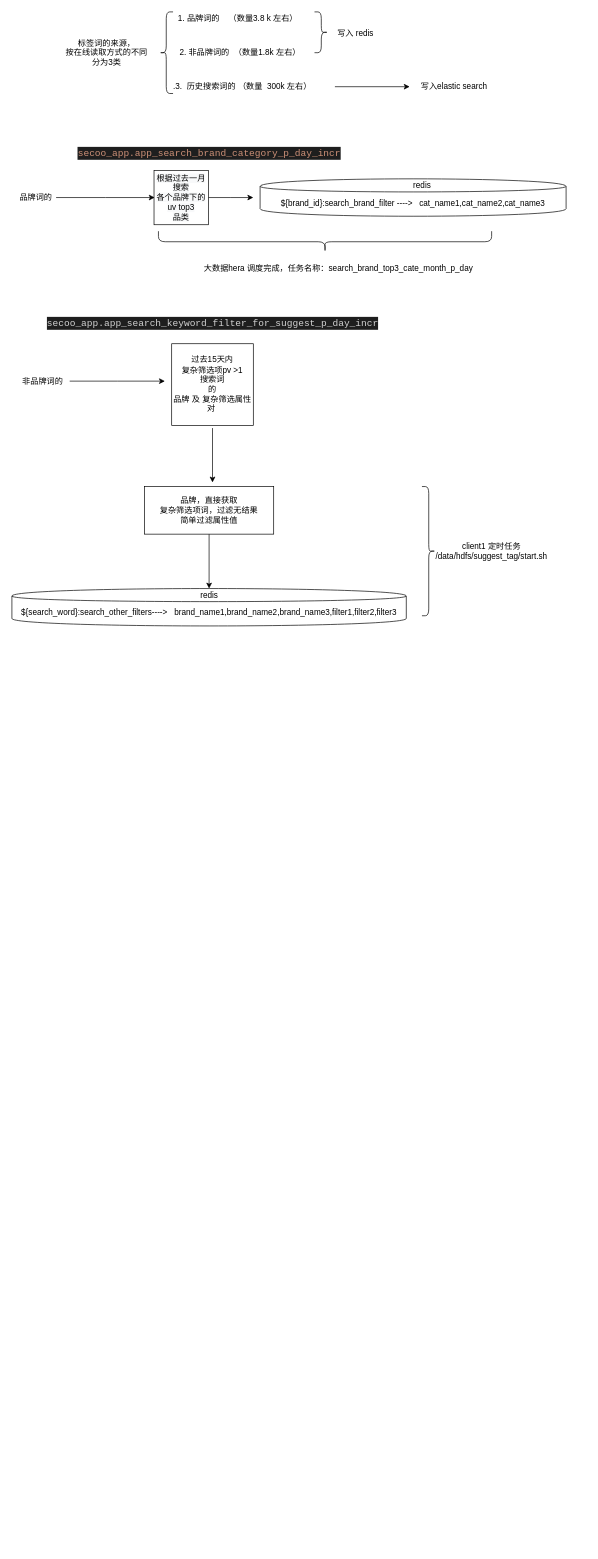
davids-dot/DrawIo keeps this draw.io diagram as XML/标签数据.drawio. Above is the earlier version. Source tidied: cells renumbered, new cells numbered last; positions are measured from the earlier drawing's top-left corner, leaving out a move shared by most shapes. Both pictures are drawn from the tidied source at 68%, with x=0, y=0 at pixel (12, 12).
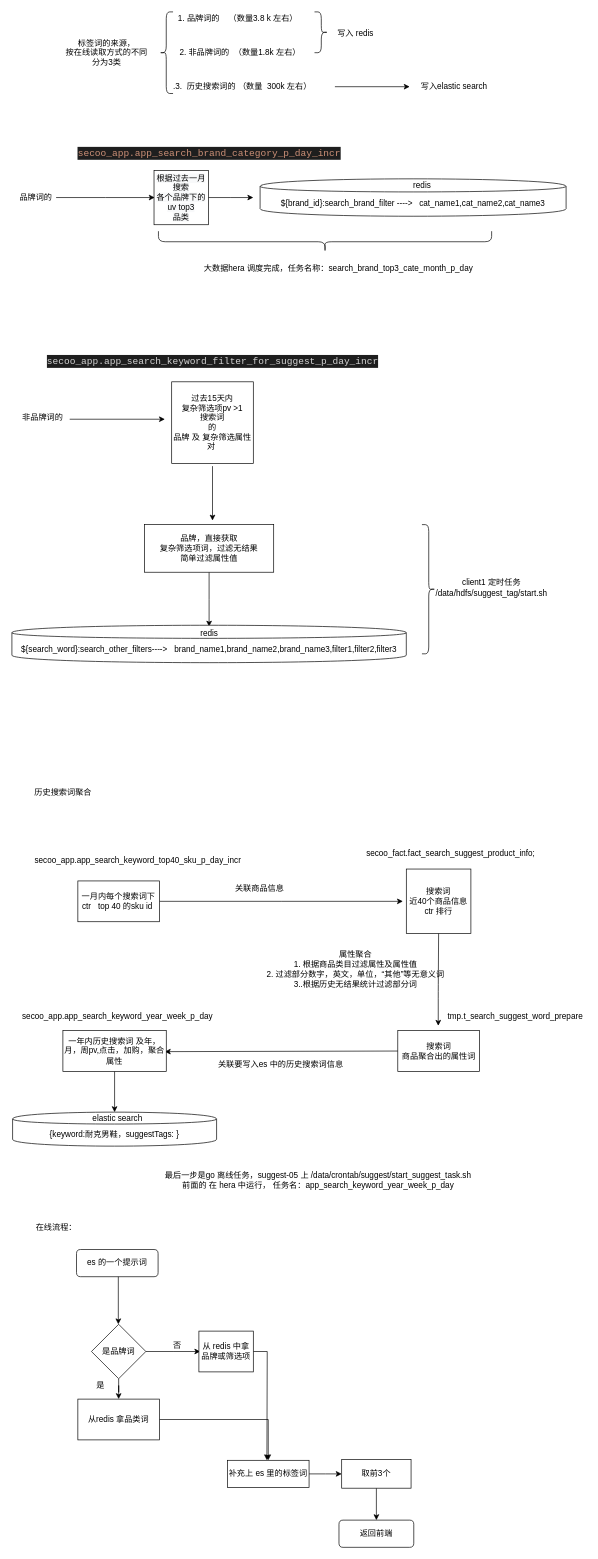
The same diagram, later.

What changed in the source:
```diff
@@
-    <mxCell id="19" style="edgeStyle=orthogonalEdgeStyle;rounded=0;jettySize=auto;html=1;" parent="1" edge="1" source="20">
+    <mxCell id="19" style="edgeStyle=orthogonalEdgeStyle;rounded=0;orthogonalLoop=1;jettySize=auto;html=1;" parent="1" edge="1">
       <mxGeometry relative="1" as="geometry">
-        <mxPoint x="225" y="543" as="targetPoint" />
+        <mxPoint x="85" y="599" as="sourcePoint" />
+        <mxPoint x="225" y="599" as="targetPoint" />
       </mxGeometry>
     </mxCell>
     <mxCell id="20" value="非品牌词的" style="text;html=1;align=center;verticalAlign=middle;points=[];" parent="1" vertex="1">
-      <mxGeometry x="5" y="533" width="80" height="20" as="geometry" />
+      <mxGeometry x="5" y="587" width="80" height="20" as="geometry" />
     </mxCell>
@@
     <mxCell id="22" style="edgeStyle=orthogonalEdgeStyle;rounded=0;orthogonalLoop=1;jettySize=auto;html=1;" parent="1" edge="1">
       <mxGeometry relative="1" as="geometry">
-        <mxPoint x="295" y="612" as="sourcePoint" />
-        <mxPoint x="295" y="692" as="targetPoint" />
+        <mxPoint x="295" y="668" as="sourcePoint" />
+        <mxPoint x="295" y="748" as="targetPoint" />
         <Array as="points">
-          <mxPoint x="295" y="678" />
-          <mxPoint x="295" y="678" />
+          <mxPoint x="295" y="734" />
+          <mxPoint x="295" y="734" />
         </Array>
       </mxGeometry>
     </mxCell>
     <mxCell id="23" value="过去15天内&lt;br&gt;复杂筛选项pv &amp;gt;1&lt;br&gt;搜索词&lt;br&gt;的&lt;br&gt;品牌 及 复杂筛选属性对&amp;nbsp;" style="whiteSpace=wrap;html=1;" parent="1" vertex="1">
-      <mxGeometry x="235" y="488" width="120" height="120" as="geometry" />
+      <mxGeometry x="235" y="544" width="120" height="120" as="geometry" />
     </mxCell>
     <mxCell id="24" value="&lt;div style=&quot;color: rgb(212 , 212 , 212) ; background-color: rgb(30 , 30 , 30) ; font-family: &amp;#34;consolas&amp;#34; , &amp;#34;courier new&amp;#34; , monospace ; font-size: 14px ; line-height: 19px&quot;&gt;secoo_app.app_search_keyword_filter_for_suggest_p_day_incr&lt;/div&gt;" style="text;html=1;align=center;verticalAlign=middle;" parent="1" vertex="1">
-      <mxGeometry x="65" y="448" width="460" height="20" as="geometry" />
+      <mxGeometry x="65" y="504" width="460" height="20" as="geometry" />
     </mxCell>
-    <mxCell id="25" style="edgeStyle=orthogonalEdgeStyle;rounded=0;jettySize=auto;html=1;" parent="1" edge="1" source="26" target="27">
-      <mxGeometry relative="1" as="geometry" />
+    <mxCell id="25" style="edgeStyle=orthogonalEdgeStyle;rounded=0;jettySize=auto;html=1;" parent="1" edge="1" source="26">
+      <mxGeometry relative="1" as="geometry">
+        <mxPoint x="290" y="904" as="targetPoint" />
+      </mxGeometry>
     </mxCell>
     <mxCell id="26" value="&lt;span&gt;品牌，直接获取&lt;/span&gt;&lt;br&gt;&lt;span&gt;复杂筛选项词，过滤无结果&lt;/span&gt;&lt;br&gt;&lt;span&gt;简单过滤属性值&lt;/span&gt;" style="rounded=0;whiteSpace=wrap;html=1;" parent="1" vertex="1">
-      <mxGeometry x="195" y="698" width="190" height="70" as="geometry" />
+      <mxGeometry x="195" y="754" width="190" height="70" as="geometry" />
     </mxCell>
     <mxCell id="27" value="${search_word}:search_other_filters----&amp;gt;&amp;nbsp; &amp;nbsp;brand_name1,brand_name2,brand_name3,filter1,filter2,filter3" style="shape=cylinder;whiteSpace=wrap;html=1;boundedLbl=1;backgroundOutline=1;" parent="1" vertex="1">
-      <mxGeometry y="848" width="580" height="55" as="geometry" />
+      <mxGeometry y="902" width="580" height="55" as="geometry" />
     </mxCell>
     <mxCell id="28" value="redis" style="text;html=1;align=center;verticalAlign=middle;" parent="1" vertex="1">
-      <mxGeometry x="270" y="848" width="40" height="20" as="geometry" />
+      <mxGeometry x="270" y="904" width="40" height="20" as="geometry" />
     </mxCell>
     <mxCell id="29" style="shape=curlyBracket;whiteSpace=wrap;html=1;rounded=1;direction=west;" parent="1" vertex="1">
-      <mxGeometry x="603" y="698" width="20" height="190" as="geometry" />
+      <mxGeometry x="603" y="754" width="20" height="190" as="geometry" />
     </mxCell>
     <mxCell id="30" value="client1 定时任务&lt;br&gt;/data/hdfs/suggest_tag/start.sh" style="text;html=1;align=center;verticalAlign=middle;" parent="1" vertex="1">
-      <mxGeometry x="615" y="778" width="180" height="30" as="geometry" />
+      <mxGeometry x="615" y="832" width="180" height="30" as="geometry" />
     </mxCell>
+    <mxCell id="31" value="历史搜索词聚合" style="text;html=1;align=center;verticalAlign=middle;" parent="1" vertex="1">
+      <mxGeometry x="25" y="1138" width="100" height="20" as="geometry" />
+    </mxCell>
+    <mxCell id="32" value="搜索词&lt;br&gt;近40个商品信息&lt;br&gt;ctr 排行" style="whiteSpace=wrap;html=1;" parent="1" vertex="1">
+      <mxGeometry x="580" y="1260.5" width="95" height="95" as="geometry" />
+    </mxCell>
+    <mxCell id="33" value="secoo_fact.fact_search_suggest_product_info;" style="text;html=1;align=center;verticalAlign=middle;" parent="1" vertex="1">
+      <mxGeometry x="515" y="1228" width="260" height="20" as="geometry" />
+    </mxCell>
+    <mxCell id="34" value="secoo_app.app_search_keyword_top40_sku_p_day_incr" style="text;html=1;align=center;verticalAlign=middle;" parent="1" vertex="1">
+      <mxGeometry x="25" y="1238" width="320" height="20" as="geometry" />
+    </mxCell>
+    <mxCell id="35" style="edgeStyle=orthogonalEdgeStyle;rounded=0;jettySize=auto;html=1;" parent="1" edge="1" source="36">
+      <mxGeometry relative="1" as="geometry">
+        <mxPoint x="575" y="1308" as="targetPoint" />
+      </mxGeometry>
+    </mxCell>
+    <mxCell id="36" value="一月内每个搜索词下&lt;br&gt;ctr&amp;nbsp; &amp;nbsp;top 40 的sku id&amp;nbsp;" style="rounded=0;whiteSpace=wrap;html=1;" parent="1" vertex="1">
+      <mxGeometry x="97" y="1278" width="120" height="60" as="geometry" />
+    </mxCell>
+    <mxCell id="37" value="关联商品信息" style="text;html=1;align=center;verticalAlign=middle;" parent="1" vertex="1">
+      <mxGeometry x="319" y="1280" width="90" height="20" as="geometry" />
+    </mxCell>
+    <mxCell id="38" style="endArrow=classic;html=1;exitX=0.5;exitY=1;exitDx=0;exitDy=0;" parent="1" edge="1" source="32">
+      <mxGeometry relative="1" as="geometry">
+        <mxPoint x="627" y="1491" as="targetPoint" />
+        <Array as="points">
+          <mxPoint x="627" y="1440.5" />
+        </Array>
+      </mxGeometry>
+    </mxCell>
+    <mxCell id="39" value="搜索词&lt;br&gt;商品聚合出的属性词" style="rounded=0;whiteSpace=wrap;html=1;" parent="1" vertex="1">
+      <mxGeometry x="567.5" y="1498" width="120" height="60" as="geometry" />
+    </mxCell>
+    <mxCell id="40" value="属性聚合&lt;br&gt;1. 根据商品类目过滤属性及属性值&lt;br&gt;2. 过滤部分数字，英文，单位，“其他”等无意义词&lt;br&gt;3..根据历史无结果统计过滤部分词" style="text;html=1;align=center;verticalAlign=middle;" parent="1" vertex="1">
+      <mxGeometry x="365" y="1378" width="280" height="60" as="geometry" />
+    </mxCell>
+    <mxCell id="41" value="tmp.t_search_suggest_word_prepare" style="text;html=1;align=center;verticalAlign=middle;" parent="1" vertex="1">
+      <mxGeometry x="635" y="1468" width="210" height="20" as="geometry" />
+    </mxCell>
+    <mxCell id="42" style="endArrow=classic;html=1;entryX=0.986;entryY=0.517;entryDx=0;entryDy=0;entryPerimeter=0;" parent="1" edge="1" source="39" target="44">
+      <mxGeometry relative="1" as="geometry" />
+    </mxCell>
+    <mxCell id="43" style="edgeStyle=orthogonalEdgeStyle;rounded=0;jettySize=auto;html=1;" parent="1" edge="1" source="44" target="47">
+      <mxGeometry relative="1" as="geometry" />
+    </mxCell>
+    <mxCell id="44" value="一年内历史搜索词 及年，月，周pv,点击，加购，聚合属性" style="rounded=0;whiteSpace=wrap;html=1;" parent="1" vertex="1">
+      <mxGeometry x="75" y="1498" width="152" height="60" as="geometry" />
+    </mxCell>
+    <mxCell id="45" value="关联要写入es 中的历史搜索词信息" style="text;html=1;align=center;verticalAlign=middle;" parent="1" vertex="1">
+      <mxGeometry x="295" y="1538" width="200" height="20" as="geometry" />
+    </mxCell>
+    <mxCell id="46" value="secoo_app.app_search_keyword_year_week_p_day" style="text;html=1;align=center;verticalAlign=middle;" parent="1" vertex="1">
+      <mxGeometry x="5" y="1468" width="300" height="20" as="geometry" />
+    </mxCell>
+    <mxCell id="47" value="{keyword:耐克男鞋，suggestTags: }" style="shape=cylinder;whiteSpace=wrap;html=1;boundedLbl=1;backgroundOutline=1;" parent="1" vertex="1">
+      <mxGeometry x="1" y="1618" width="300" height="50" as="geometry" />
+    </mxCell>
+    <mxCell id="48" value="elastic search" style="text;html=1;align=center;verticalAlign=middle;" parent="1" vertex="1">
+      <mxGeometry x="110" y="1618" width="90" height="20" as="geometry" />
+    </mxCell>
+    <mxCell id="49" value="最后一步是go 离线任务，suggest-05 上&amp;nbsp;/data/crontab/suggest/start_suggest_task.sh&lt;br&gt;前面的 在 hera 中运行， 任务名：app_search_keyword_year_week_p_day" style="text;html=1;align=center;verticalAlign=middle;" parent="1" vertex="1">
+      <mxGeometry x="215" y="1703" width="470" height="30" as="geometry" />
+    </mxCell>
+    <mxCell id="50" value="在线流程：" style="text;html=1;align=center;verticalAlign=middle;" parent="1" vertex="1">
+      <mxGeometry x="25" y="1778" width="80" height="20" as="geometry" />
+    </mxCell>
+    <mxCell id="51" style="edgeStyle=orthogonalEdgeStyle;rounded=0;orthogonalLoop=1;jettySize=auto;html=1;" parent="1" edge="1">
+      <mxGeometry relative="1" as="geometry">
+        <mxPoint x="156.5" y="1850" as="sourcePoint" />
+        <mxPoint x="156.5" y="1930" as="targetPoint" />
+      </mxGeometry>
+    </mxCell>
+    <mxCell id="52" value="es 的一个提示词" style="rounded=1;whiteSpace=wrap;html=1;" parent="1" vertex="1">
+      <mxGeometry x="95" y="1820" width="120" height="40" as="geometry" />
+    </mxCell>
+    <mxCell id="53" style="edgeStyle=orthogonalEdgeStyle;rounded=0;jettySize=auto;html=1;" parent="1" edge="1" source="55">
+      <mxGeometry relative="1" as="geometry">
+        <mxPoint x="277" y="1970" as="targetPoint" />
+      </mxGeometry>
+    </mxCell>
+    <mxCell id="54" style="edgeStyle=orthogonalEdgeStyle;rounded=0;jettySize=auto;html=1;" parent="1" edge="1" source="55" target="60">
+      <mxGeometry relative="1" as="geometry" />
+    </mxCell>
+    <mxCell id="55" value="是品牌词" style="rhombus;whiteSpace=wrap;html=1;" parent="1" vertex="1">
+      <mxGeometry x="117" y="1930" width="80" height="80" as="geometry" />
+    </mxCell>
+    <mxCell id="56" value="否" style="text;html=1;align=center;verticalAlign=middle;" parent="1" vertex="1">
+      <mxGeometry x="228" y="1952" width="30" height="20" as="geometry" />
+    </mxCell>
+    <mxCell id="57" style="edgeStyle=orthogonalEdgeStyle;rounded=0;jettySize=auto;html=1;" parent="1" edge="1" source="58">
+      <mxGeometry relative="1" as="geometry">
+        <mxPoint x="375" y="2130" as="targetPoint" />
+      </mxGeometry>
+    </mxCell>
+    <mxCell id="58" value="从 redis 中拿品牌或筛选项" style="rounded=0;whiteSpace=wrap;html=1;" parent="1" vertex="1">
+      <mxGeometry x="275" y="1940" width="80" height="60" as="geometry" />
+    </mxCell>
+    <mxCell id="59" style="edgeStyle=orthogonalEdgeStyle;rounded=0;jettySize=auto;html=1;entryX=0.5;entryY=0;entryDx=0;entryDy=0;" parent="1" edge="1" source="60" target="62">
+      <mxGeometry relative="1" as="geometry" />
+    </mxCell>
+    <mxCell id="60" value="从redis 拿品类词" style="rounded=0;whiteSpace=wrap;html=1;" parent="1" vertex="1">
+      <mxGeometry x="97" y="2040" width="120" height="60" as="geometry" />
+    </mxCell>
+    <mxCell id="61" style="edgeStyle=orthogonalEdgeStyle;rounded=0;jettySize=auto;html=1;" parent="1" edge="1" source="62">
+      <mxGeometry relative="1" as="geometry">
+        <mxPoint x="485" y="2150" as="targetPoint" />
+      </mxGeometry>
+    </mxCell>
+    <mxCell id="62" value="补充上 es 里的标签词" style="rounded=0;whiteSpace=wrap;html=1;" parent="1" vertex="1">
+      <mxGeometry x="317" y="2130" width="120" height="40" as="geometry" />
+    </mxCell>
+    <mxCell id="63" value="是" style="text;html=1;align=center;verticalAlign=middle;" parent="1" vertex="1">
+      <mxGeometry x="115" y="2010" width="30" height="20" as="geometry" />
+    </mxCell>
+    <mxCell id="64" style="edgeStyle=orthogonalEdgeStyle;rounded=0;jettySize=auto;html=1;" parent="1" edge="1" source="65" target="66">
+      <mxGeometry relative="1" as="geometry" />
+    </mxCell>
+    <mxCell id="65" value="取前3个" style="rounded=0;whiteSpace=wrap;html=1;" parent="1" vertex="1">
+      <mxGeometry x="485" y="2129" width="102" height="42" as="geometry" />
+    </mxCell>
+    <mxCell id="66" value="返回前端" style="rounded=1;whiteSpace=wrap;html=1;" parent="1" vertex="1">
+      <mxGeometry x="481" y="2218" width="110" height="40" as="geometry" />
+    </mxCell>
```
